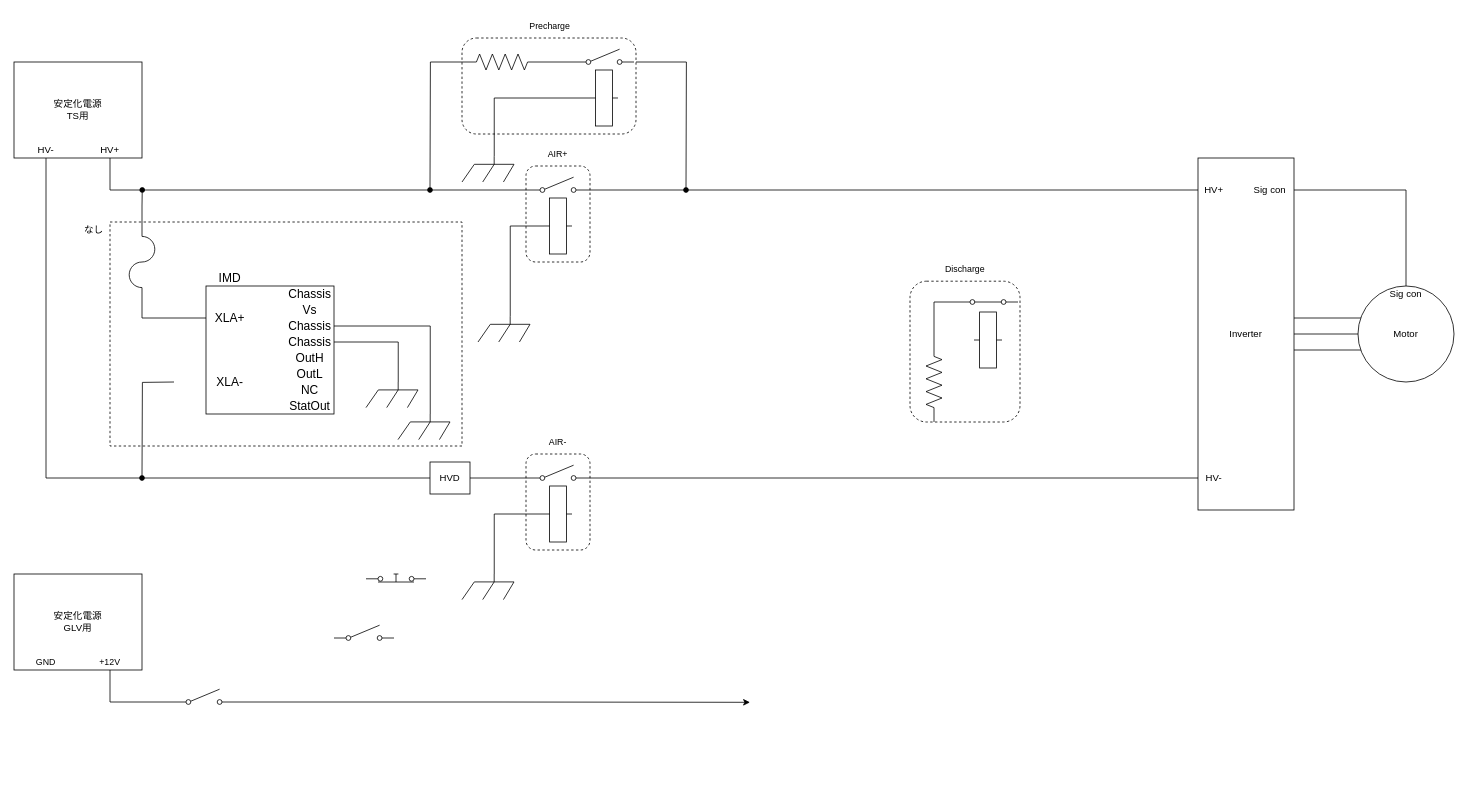
Earlier version of the draw.io diagram page "InverterTestCircuit" (6 of 6) of EVCircuit.drawio (ST04-tkmr/drawio_Schematics). Source tidied: cells renumbered, new cells numbered last; positions are measured from the earlier drawing's top-left corner, leaving out a move shared by most shapes. Both pictures are drawn from the tidied source at 80%, with x=0, y=0 at pixel (14, 14).
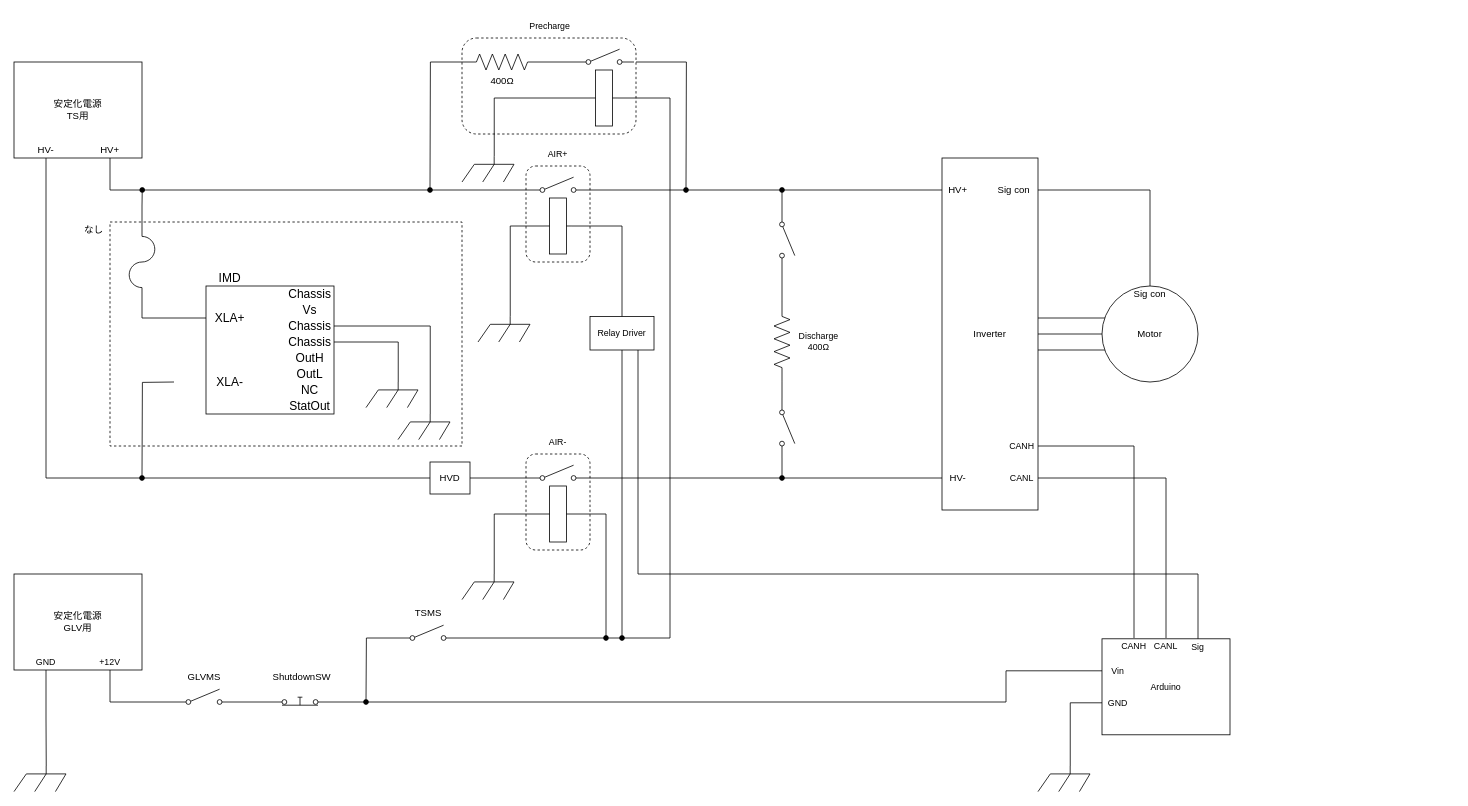
Above is the later version.

Commit message (it also covers changes not shown here):
EVCircuit.drawio を更新します

Unchanged cells that the change refers to:
```xml
<mxCell id="21" style="verticalLabelPosition=bottom;shadow=0;dashed=0;align=center;html=1;verticalAlign=top;shape=mxgraph.electrical.electro-mechanical.relay_coil;direction=south;" parent="18" vertex="1">
  <mxGeometry x="22.5" y="70" width="35" height="70" as="geometry" />
</mxCell>
<mxCell id="33" style="verticalLabelPosition=bottom;shadow=0;dashed=0;align=center;html=1;verticalAlign=top;shape=mxgraph.electrical.electro-mechanical.relay_coil;direction=south;" parent="30" vertex="1">
  <mxGeometry x="22.5" y="70" width="35" height="70" as="geometry" />
</mxCell>
<mxCell id="35" style="group;" parent="1" vertex="1">
  <mxGeometry x="560" width="217.5" height="150" as="geometry" />
</mxCell>
<mxCell id="40" style="verticalLabelPosition=bottom;shadow=0;dashed=0;align=center;html=1;verticalAlign=top;shape=mxgraph.electrical.electro-mechanical.relay_coil;direction=south;" parent="35" vertex="1">
  <mxGeometry x="160" y="70" width="35" height="70" as="geometry" />
</mxCell>
<mxCell id="68" value="GND" style="text;strokeColor=none;align=center;fillColor=none;html=1;verticalAlign=middle;whiteSpace=wrap;rounded=0;fontSize=11;fontFamily=Helvetica;fontColor=default;" parent="1" vertex="1">
  <mxGeometry x="20" y="800" width="40" height="20" as="geometry" />
</mxCell>
<mxCell id="75" style="html=1;shape=mxgraph.electrical.electro-mechanical.singleSwitch;elSwitchState=off;" parent="1" vertex="1">
  <mxGeometry x="200" y="844" width="75" height="20" as="geometry" />
</mxCell>
```

The edit, as a diff of the source:
```diff
@@
     <mxCell id="7" value="Inverter" style="rounded=0;whiteSpace=wrap;html=1;" parent="1" vertex="1">
-      <mxGeometry x="1480" y="180" width="120" height="440" as="geometry" />
+      <mxGeometry x="1160" y="180" width="120" height="440" as="geometry" />
     </mxCell>
@@
     <mxCell id="9" style="edgeStyle=orthogonalEdgeStyle;shape=connector;rounded=0;jettySize=auto;html=1;exitX=0.069;exitY=0.75;exitDx=0;exitDy=0;exitPerimeter=0;labelBackgroundColor=default;strokeColor=default;fontFamily=Helvetica;fontSize=11;fontColor=default;endArrow=none;endFill=0;" parent="1" edge="1" source="11">
       <mxGeometry relative="1" as="geometry">
-        <mxPoint x="1600" y="420" as="targetPoint" />
+        <mxPoint x="1280" y="420" as="targetPoint" />
         <Array as="points">
-          <mxPoint x="1688" y="420" />
+          <mxPoint x="1368" y="420" />
         </Array>
       </mxGeometry>
     </mxCell>
     <mxCell id="10" style="edgeStyle=orthogonalEdgeStyle;shape=connector;rounded=0;jettySize=auto;html=1;exitX=0.072;exitY=0.25;exitDx=0;exitDy=0;exitPerimeter=0;labelBackgroundColor=default;strokeColor=default;fontFamily=Helvetica;fontSize=11;fontColor=default;endArrow=none;endFill=0;" parent="1" edge="1" source="11">
       <mxGeometry relative="1" as="geometry">
-        <mxPoint x="1600" y="380" as="targetPoint" />
+        <mxPoint x="1280" y="380" as="targetPoint" />
         <Array as="points">
-          <mxPoint x="1689" y="380" />
+          <mxPoint x="1369" y="380" />
         </Array>
       </mxGeometry>
     </mxCell>
     <mxCell id="11" value="Motor" style="ellipse;whiteSpace=wrap;html=1;points=[[0,0.5,0,0,0],[0.04,0.31,0,0,0],[0.04,0.69,0,0,0],[0.5,0,0,0,0],[0.5,1,0,0,0],[1,0,0,0,0],[1,0.5,0,0,0],[1,1,0,0,0]];" parent="1" vertex="1">
-      <mxGeometry x="1680" y="340" width="120" height="120" as="geometry" />
+      <mxGeometry x="1360" y="340" width="120" height="120" as="geometry" />
     </mxCell>
@@
     <mxCell id="14" value="Sig con" style="text;strokeColor=none;align=center;fillColor=none;html=1;verticalAlign=middle;whiteSpace=wrap;rounded=0;" parent="1" vertex="1">
-      <mxGeometry x="1710" y="340" width="60" height="20" as="geometry" />
+      <mxGeometry x="1390" y="340" width="60" height="20" as="geometry" />
     </mxCell>
     <mxCell id="15" value="Sig con" style="text;strokeColor=none;align=center;fillColor=none;html=1;verticalAlign=middle;whiteSpace=wrap;rounded=0;" parent="1" vertex="1">
-      <mxGeometry x="1540" y="210" width="60" height="20" as="geometry" />
+      <mxGeometry x="1220" y="210" width="60" height="20" as="geometry" />
     </mxCell>
     <mxCell id="16" value="HV+" style="text;strokeColor=none;align=center;fillColor=none;html=1;verticalAlign=middle;whiteSpace=wrap;rounded=0;" parent="1" vertex="1">
-      <mxGeometry x="1480" y="210" width="40" height="20" as="geometry" />
+      <mxGeometry x="1160" y="210" width="40" height="20" as="geometry" />
     </mxCell>
     <mxCell id="17" value="HV-" style="text;strokeColor=none;align=center;fillColor=none;html=1;verticalAlign=middle;whiteSpace=wrap;rounded=0;" parent="1" vertex="1">
-      <mxGeometry x="1480" y="570" width="40" height="20" as="geometry" />
+      <mxGeometry x="1160" y="570" width="40" height="20" as="geometry" />
     </mxCell>
@@
-    <mxCell id="39" style="verticalLabelPosition=bottom;shadow=0;dashed=0;align=center;html=1;verticalAlign=top;shape=mxgraph.electrical.resistors.resistor_2;" parent="35" vertex="1">
+    <mxCell id="39" value="400Ω" style="verticalLabelPosition=bottom;shadow=0;dashed=0;align=center;html=1;verticalAlign=top;shape=mxgraph.electrical.resistors.resistor_2;" parent="35" vertex="1">
       <mxGeometry y="50" width="100" height="20" as="geometry" />
     </mxCell>
@@
-    <mxCell id="44" style="group;" parent="1" vertex="1">
-      <mxGeometry x="1120" y="304" width="137.5" height="206" as="geometry" />
-    </mxCell>
-    <mxCell id="45" style="rounded=1;whiteSpace=wrap;html=1;fontFamily=Helvetica;fontSize=11;fontColor=default;fillColor=none;dashed=1;" parent="44" vertex="1">
-      <mxGeometry y="30" width="137.5" height="176" as="geometry" />
-    </mxCell>
-    <mxCell id="46" style="verticalLabelPosition=bottom;shadow=0;dashed=0;align=center;html=1;verticalAlign=top;shape=mxgraph.electrical.resistors.resistor_2;direction=south;" parent="44" vertex="1">
-      <mxGeometry x="20" y="106" width="20" height="100" as="geometry" />
-    </mxCell>
-    <mxCell id="47" style="verticalLabelPosition=bottom;shadow=0;dashed=0;align=center;html=1;verticalAlign=top;shape=mxgraph.electrical.electro-mechanical.relay_coil;direction=south;" parent="44" vertex="1">
-      <mxGeometry x="80" y="68.5" width="35" height="70" as="geometry" />
-    </mxCell>
-    <mxCell id="48" style="edgeStyle=orthogonalEdgeStyle;shape=connector;rounded=0;jettySize=auto;html=1;exitX=0;exitY=0.8;exitDx=0;exitDy=0;entryX=0;entryY=0.5;entryDx=0;entryDy=0;entryPerimeter=0;labelBackgroundColor=default;strokeColor=default;fontFamily=Helvetica;fontSize=11;fontColor=default;endArrow=none;endFill=0;" parent="44" edge="1" source="49" target="46">
-      <mxGeometry relative="1" as="geometry" />
-    </mxCell>
-    <mxCell id="49" style="html=1;shape=mxgraph.electrical.electro-mechanical.singleSwitch;elSwitchState=on;" parent="44" vertex="1">
-      <mxGeometry x="60" y="40" width="75" height="20" as="geometry" />
-    </mxCell>
-    <mxCell id="50" value="Discharge" style="text;strokeColor=none;align=center;fillColor=none;html=1;verticalAlign=middle;whiteSpace=wrap;rounded=0;fontSize=11;fontFamily=Helvetica;fontColor=default;" parent="44" vertex="1">
-      <mxGeometry x="38.8" width="60" height="30" as="geometry" />
-    </mxCell>
@@
+    <mxCell id="84" style="edgeStyle=orthogonalEdgeStyle;shape=connector;rounded=0;jettySize=auto;html=1;exitX=0.5;exitY=1;exitDx=0;exitDy=0;entryX=0.62;entryY=0;entryDx=0;entryDy=0;entryPerimeter=0;labelBackgroundColor=default;strokeColor=default;fontFamily=Helvetica;fontSize=11;fontColor=default;endArrow=none;endFill=0;" parent="1" edge="1" source="68" target="100">
+      <mxGeometry relative="1" as="geometry" />
+    </mxCell>
@@
+    <mxCell id="85" style="edgeStyle=orthogonalEdgeStyle;shape=connector;rounded=0;jettySize=auto;html=1;exitX=1;exitY=0.8;exitDx=0;exitDy=0;entryX=0;entryY=0.5;entryDx=0;entryDy=0;labelBackgroundColor=default;strokeColor=default;fontFamily=Helvetica;fontSize=11;fontColor=default;endArrow=none;endFill=0;" parent="1" edge="1" source="73" target="105">
+      <mxGeometry relative="1" as="geometry">
+        <Array as="points">
+          <mxPoint x="1240" y="860" />
+          <mxPoint x="1240" y="821" />
+        </Array>
+      </mxGeometry>
+    </mxCell>
     <mxCell id="73" style="html=1;shape=mxgraph.electrical.electro-mechanical.pushbutton;elSwitchState=on;" parent="1" vertex="1">
-      <mxGeometry x="440" y="690" width="75" height="20" as="geometry" />
+      <mxGeometry x="320" y="844" width="75" height="20" as="geometry" />
     </mxCell>
-    <mxCell id="74" style="edgeStyle=orthogonalEdgeStyle;rounded=0;jettySize=auto;html=1;exitX=1;exitY=0.8;exitDx=0;exitDy=0;" parent="1" edge="1" source="75">
-      <mxGeometry relative="1" as="geometry">
-        <mxPoint x="920" y="860.4" as="targetPoint" />
-      </mxGeometry>
-    </mxCell>
+    <mxCell id="86" style="edgeStyle=orthogonalEdgeStyle;rounded=0;jettySize=auto;html=1;exitX=1;exitY=0.8;exitDx=0;exitDy=0;entryX=0;entryY=0.8;entryDx=0;entryDy=0;endArrow=none;endFill=0;" parent="1" edge="1" source="75" target="73">
+      <mxGeometry relative="1" as="geometry" />
+    </mxCell>
@@
+    <mxCell id="87" style="edgeStyle=orthogonalEdgeStyle;rounded=0;jettySize=auto;html=1;exitX=0;exitY=0.8;exitDx=0;exitDy=0;endArrow=oval;endFill=1;" parent="1" edge="1" source="76">
+      <mxGeometry relative="1" as="geometry">
+        <mxPoint x="440" y="860" as="targetPoint" />
+      </mxGeometry>
+    </mxCell>
+    <mxCell id="88" style="edgeStyle=orthogonalEdgeStyle;rounded=0;jettySize=auto;html=1;exitX=1;exitY=0.8;exitDx=0;exitDy=0;entryX=0.5;entryY=0;entryDx=0;entryDy=0;entryPerimeter=0;endArrow=none;endFill=0;" parent="1" edge="1" source="76" target="21">
+      <mxGeometry relative="1" as="geometry">
+        <Array as="points">
+          <mxPoint x="740" y="780" />
+          <mxPoint x="740" y="625" />
+        </Array>
+      </mxGeometry>
+    </mxCell>
     <mxCell id="76" style="html=1;shape=mxgraph.electrical.electro-mechanical.singleSwitch;elSwitchState=off;" parent="1" vertex="1">
-      <mxGeometry x="400" y="764" width="75" height="20" as="geometry" />
+      <mxGeometry x="480" y="764" width="75" height="20" as="geometry" />
     </mxCell>
@@
+    <mxCell id="89" value="GLVMS" style="text;strokeColor=none;align=center;fillColor=none;html=1;verticalAlign=middle;whiteSpace=wrap;rounded=0;" parent="1" vertex="1">
+      <mxGeometry x="207.5" y="814" width="60" height="30" as="geometry" />
+    </mxCell>
+    <mxCell id="90" value="ShutdownSW" style="text;strokeColor=none;align=center;fillColor=none;html=1;verticalAlign=middle;whiteSpace=wrap;rounded=0;" parent="1" vertex="1">
+      <mxGeometry x="320" y="814" width="80" height="30" as="geometry" />
+    </mxCell>
+    <mxCell id="91" value="TSMS" style="text;strokeColor=none;align=center;fillColor=none;html=1;verticalAlign=middle;whiteSpace=wrap;rounded=0;" parent="1" vertex="1">
+      <mxGeometry x="487.5" y="734" width="60" height="30" as="geometry" />
+    </mxCell>
+    <mxCell id="92" style="edgeStyle=orthogonalEdgeStyle;rounded=0;jettySize=auto;html=1;exitX=1;exitY=0.5;exitDx=0;exitDy=0;exitPerimeter=0;entryX=0;entryY=0.8;entryDx=0;entryDy=0;endArrow=none;endFill=0;" parent="1" edge="1" source="93" target="98">
+      <mxGeometry relative="1" as="geometry" />
+    </mxCell>
+    <mxCell id="93" style="verticalLabelPosition=bottom;shadow=0;dashed=0;align=center;html=1;verticalAlign=top;shape=mxgraph.electrical.resistors.resistor_2;direction=south;" parent="1" vertex="1">
+      <mxGeometry x="950" y="360" width="20" height="100" as="geometry" />
+    </mxCell>
+    <mxCell id="94" style="edgeStyle=orthogonalEdgeStyle;rounded=0;jettySize=auto;html=1;exitX=1;exitY=0.8;exitDx=0;exitDy=0;entryX=0;entryY=0.5;entryDx=0;entryDy=0;entryPerimeter=0;endArrow=none;endFill=0;" parent="1" edge="1" source="96" target="93">
+      <mxGeometry relative="1" as="geometry" />
+    </mxCell>
+    <mxCell id="95" style="edgeStyle=orthogonalEdgeStyle;shape=connector;rounded=0;jettySize=auto;html=1;exitX=0;exitY=0.8;exitDx=0;exitDy=0;labelBackgroundColor=default;strokeColor=default;fontFamily=Helvetica;fontSize=11;fontColor=default;endArrow=oval;endFill=1;" parent="1" edge="1" source="96">
+      <mxGeometry relative="1" as="geometry">
+        <mxPoint x="960" y="220" as="targetPoint" />
+      </mxGeometry>
+    </mxCell>
+    <mxCell id="96" style="html=1;shape=mxgraph.electrical.electro-mechanical.singleSwitch;elSwitchState=off;direction=south;" parent="1" vertex="1">
+      <mxGeometry x="956" y="245" width="20" height="75" as="geometry" />
+    </mxCell>
+    <mxCell id="97" style="edgeStyle=orthogonalEdgeStyle;shape=connector;rounded=0;jettySize=auto;html=1;exitX=1;exitY=0.8;exitDx=0;exitDy=0;labelBackgroundColor=default;strokeColor=default;fontFamily=Helvetica;fontSize=11;fontColor=default;endArrow=oval;endFill=1;" parent="1" edge="1" source="98">
+      <mxGeometry relative="1" as="geometry">
+        <mxPoint x="960" y="580" as="targetPoint" />
+      </mxGeometry>
+    </mxCell>
+    <mxCell id="98" style="html=1;shape=mxgraph.electrical.electro-mechanical.singleSwitch;elSwitchState=off;direction=south;" parent="1" vertex="1">
+      <mxGeometry x="956" y="480" width="20" height="75" as="geometry" />
+    </mxCell>
+    <mxCell id="99" value="Discharge&lt;br&gt;400Ω" style="text;strokeColor=none;align=center;fillColor=none;html=1;verticalAlign=middle;whiteSpace=wrap;rounded=0;fontSize=11;fontFamily=Helvetica;fontColor=default;" parent="1" vertex="1">
+      <mxGeometry x="976" y="400" width="60" height="20" as="geometry" />
+    </mxCell>
+    <mxCell id="100" style="verticalLabelPosition=bottom;shadow=0;dashed=0;align=center;html=1;verticalAlign=top;shape=mxgraph.electrical.miscellaneous.chassis;fontFamily=Helvetica;fontSize=11;fontColor=default;" parent="1" vertex="1">
+      <mxGeometry y="940" width="65" height="32" as="geometry" />
+    </mxCell>
+    <mxCell id="101" value="Arduino" style="rounded=0;whiteSpace=wrap;html=1;fontFamily=Helvetica;fontSize=11;fontColor=default;" parent="1" vertex="1">
+      <mxGeometry x="1360" y="781" width="160" height="120" as="geometry" />
+    </mxCell>
+    <mxCell id="102" style="edgeStyle=orthogonalEdgeStyle;shape=connector;rounded=0;jettySize=auto;html=1;exitX=0.5;exitY=0;exitDx=0;exitDy=0;labelBackgroundColor=default;strokeColor=default;fontFamily=Helvetica;fontSize=11;fontColor=default;endArrow=none;endFill=0;entryX=1;entryY=0.5;entryDx=0;entryDy=0;" parent="1" edge="1" source="103" target="108">
+      <mxGeometry relative="1" as="geometry" />
+    </mxCell>
+    <mxCell id="103" value="CANH" style="text;strokeColor=none;align=center;fillColor=none;html=1;verticalAlign=middle;whiteSpace=wrap;rounded=0;fontSize=11;fontFamily=Helvetica;fontColor=default;" parent="1" vertex="1">
+      <mxGeometry x="1380" y="780" width="40" height="20" as="geometry" />
+    </mxCell>
+    <mxCell id="104" value="CANL" style="text;strokeColor=none;align=center;fillColor=none;html=1;verticalAlign=middle;whiteSpace=wrap;rounded=0;fontSize=11;fontFamily=Helvetica;fontColor=default;" parent="1" vertex="1">
+      <mxGeometry x="1240" y="570" width="40" height="20" as="geometry" />
+    </mxCell>
+    <mxCell id="105" value="Vin" style="text;strokeColor=none;align=center;fillColor=none;html=1;verticalAlign=middle;whiteSpace=wrap;rounded=0;fontSize=11;fontFamily=Helvetica;fontColor=default;" parent="1" vertex="1">
+      <mxGeometry x="1360" y="811" width="40" height="20" as="geometry" />
+    </mxCell>
+    <mxCell id="106" style="edgeStyle=orthogonalEdgeStyle;shape=connector;rounded=0;jettySize=auto;html=1;exitX=0;exitY=0.5;exitDx=0;exitDy=0;entryX=0.62;entryY=0;entryDx=0;entryDy=0;entryPerimeter=0;labelBackgroundColor=default;strokeColor=default;fontFamily=Helvetica;fontSize=11;fontColor=default;endArrow=none;endFill=0;" parent="1" edge="1" source="107" target="111">
+      <mxGeometry relative="1" as="geometry" />
+    </mxCell>
+    <mxCell id="107" value="GND" style="text;strokeColor=none;align=center;fillColor=none;html=1;verticalAlign=middle;whiteSpace=wrap;rounded=0;fontSize=11;fontFamily=Helvetica;fontColor=default;" parent="1" vertex="1">
+      <mxGeometry x="1360" y="851" width="40" height="20" as="geometry" />
+    </mxCell>
+    <mxCell id="108" value="CANH" style="text;strokeColor=none;align=center;fillColor=none;html=1;verticalAlign=middle;whiteSpace=wrap;rounded=0;fontSize=11;fontFamily=Helvetica;fontColor=default;" parent="1" vertex="1">
+      <mxGeometry x="1240" y="530" width="40" height="20" as="geometry" />
+    </mxCell>
+    <mxCell id="109" style="edgeStyle=orthogonalEdgeStyle;shape=connector;rounded=0;jettySize=auto;html=1;exitX=0.5;exitY=0;exitDx=0;exitDy=0;entryX=1;entryY=0.5;entryDx=0;entryDy=0;labelBackgroundColor=default;strokeColor=default;fontFamily=Helvetica;fontSize=11;fontColor=default;endArrow=none;endFill=0;" parent="1" edge="1" source="110" target="104">
+      <mxGeometry relative="1" as="geometry" />
+    </mxCell>
+    <mxCell id="110" value="CANL" style="text;strokeColor=none;align=center;fillColor=none;html=1;verticalAlign=middle;whiteSpace=wrap;rounded=0;fontSize=11;fontFamily=Helvetica;fontColor=default;" parent="1" vertex="1">
+      <mxGeometry x="1420" y="780" width="40" height="20" as="geometry" />
+    </mxCell>
+    <mxCell id="111" style="verticalLabelPosition=bottom;shadow=0;dashed=0;align=center;html=1;verticalAlign=top;shape=mxgraph.electrical.miscellaneous.chassis;fontFamily=Helvetica;fontSize=11;fontColor=default;" parent="1" vertex="1">
+      <mxGeometry x="1280" y="940" width="65" height="32" as="geometry" />
+    </mxCell>
+    <mxCell id="112" style="edgeStyle=orthogonalEdgeStyle;shape=connector;rounded=0;jettySize=auto;html=1;exitX=0.5;exitY=1;exitDx=0;exitDy=0;labelBackgroundColor=default;strokeColor=default;fontFamily=Helvetica;fontSize=11;fontColor=default;endArrow=oval;endFill=1;" parent="1" edge="1" source="113">
+      <mxGeometry relative="1" as="geometry">
+        <mxPoint x="760" y="780" as="targetPoint" />
+      </mxGeometry>
+    </mxCell>
+    <mxCell id="113" value="Relay Driver" style="rounded=0;whiteSpace=wrap;html=1;fontFamily=Helvetica;fontSize=11;fontColor=default;" parent="1" vertex="1">
+      <mxGeometry x="720" y="378" width="80" height="42" as="geometry" />
+    </mxCell>
+    <mxCell id="114" style="edgeStyle=orthogonalEdgeStyle;rounded=0;jettySize=auto;html=1;exitX=0.5;exitY=0;exitDx=0;exitDy=0;exitPerimeter=0;endArrow=oval;endFill=1;" parent="1" edge="1" source="40">
+      <mxGeometry relative="1" as="geometry">
+        <mxPoint x="740" y="780" as="targetPoint" />
+        <Array as="points">
+          <mxPoint x="820" y="105" />
+          <mxPoint x="820" y="780" />
+        </Array>
+      </mxGeometry>
+    </mxCell>
+    <mxCell id="115" style="edgeStyle=orthogonalEdgeStyle;shape=connector;rounded=0;jettySize=auto;html=1;exitX=0.5;exitY=0;exitDx=0;exitDy=0;exitPerimeter=0;entryX=0.5;entryY=0;entryDx=0;entryDy=0;labelBackgroundColor=default;strokeColor=default;fontFamily=Helvetica;fontSize=11;fontColor=default;endArrow=none;endFill=0;" parent="1" edge="1" source="33" target="113">
+      <mxGeometry relative="1" as="geometry" />
+    </mxCell>
+    <mxCell id="116" style="edgeStyle=orthogonalEdgeStyle;shape=connector;rounded=0;jettySize=auto;html=1;exitX=0.5;exitY=0;exitDx=0;exitDy=0;entryX=0.75;entryY=1;entryDx=0;entryDy=0;labelBackgroundColor=default;strokeColor=default;fontFamily=Helvetica;fontSize=11;fontColor=default;endArrow=none;endFill=0;" parent="1" edge="1" source="117" target="113">
+      <mxGeometry relative="1" as="geometry">
+        <Array as="points">
+          <mxPoint x="1480" y="700" />
+          <mxPoint x="780" y="700" />
+        </Array>
+      </mxGeometry>
+    </mxCell>
+    <mxCell id="117" value="Sig" style="text;strokeColor=none;align=center;fillColor=none;html=1;verticalAlign=middle;whiteSpace=wrap;rounded=0;fontSize=11;fontFamily=Helvetica;fontColor=default;" parent="1" vertex="1">
+      <mxGeometry x="1460" y="781" width="40" height="20" as="geometry" />
+    </mxCell>
```
